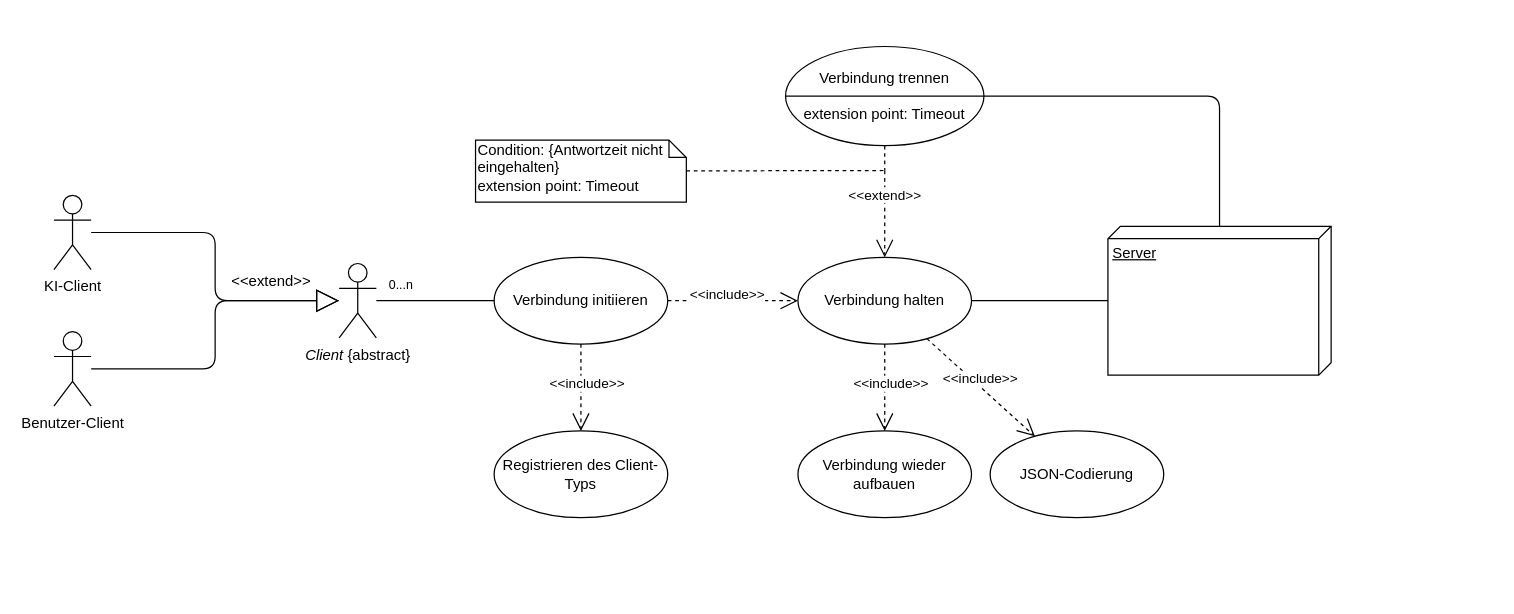
Earlier version of the draw.io diagram Meilenstein02/use_case_network.drawio (SoPra-Team-17/Meilensteine). Source tidied: cells renumbered, new cells numbered last; positions are measured from the earlier drawing's top-left corner, leaving out a move shared by most shapes. Both pictures are drawn from the tidied source at 124%, with x=0, y=0 at pixel (53, 46).
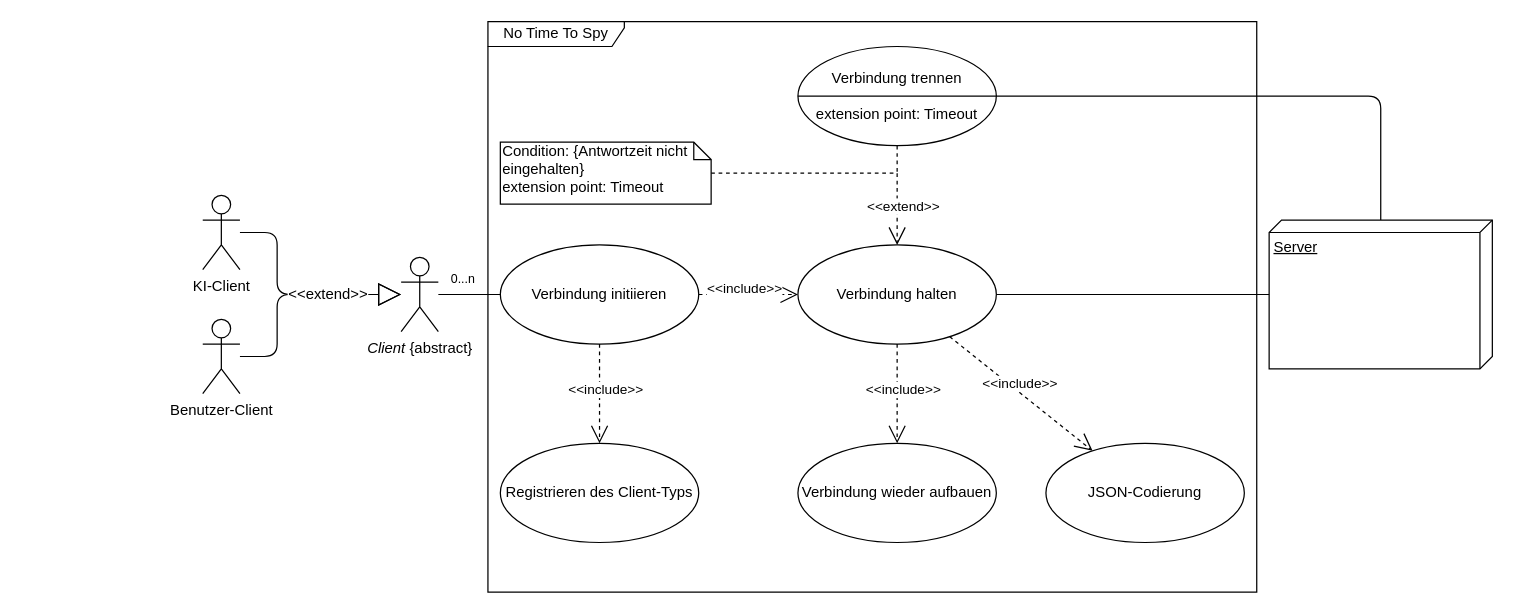
Above is the later version.

Commit message (it also covers changes not shown here):
Frame um die Anwendungsfälle hinzugefügt

Unchanged cells that the change refers to:
```xml
<mxCell id="28" style="ellipse;whiteSpace=wrap;html=1;" parent="1" vertex="1">
  <mxGeometry x="670" y="100" as="geometry" />
</mxCell>
```

Diff of the diagram source:
```diff
@@
+    <mxCell id="30" style="endArrow=block;endSize=16;endFill=0;html=1;edgeStyle=orthogonalEdgeStyle;" parent="1" edge="1" source="2" target="4">
+      <mxGeometry relative="1" as="geometry">
+        <Array as="points">
+          <mxPoint x="180" y="250" />
+          <mxPoint x="180" y="200" />
+        </Array>
+      </mxGeometry>
+    </mxCell>
+    <mxCell id="35" value="No Time To Spy" style="shape=umlFrame;whiteSpace=wrap;html=1;width=110;height=20;" parent="1" vertex="1">
+      <mxGeometry x="350" y="-20" width="620" height="460" as="geometry" />
+    </mxCell>
     <mxCell id="2" value="Benutzer-Client" style="shape=umlActor;verticalLabelPosition=bottom;labelBackgroundColor=#ffffff;verticalAlign=top;html=1;outlineConnect=0;" parent="1" vertex="1">
-      <mxGeometry y="230" width="30" height="60" as="geometry" />
+      <mxGeometry x="120" y="220" width="30" height="60" as="geometry" />
     </mxCell>
     <mxCell id="3" value="KI-Client" style="shape=umlActor;verticalLabelPosition=bottom;labelBackgroundColor=#ffffff;verticalAlign=top;html=1;outlineConnect=0;" parent="1" vertex="1">
-      <mxGeometry y="120" width="30" height="60" as="geometry" />
+      <mxGeometry x="120" y="120" width="30" height="60" as="geometry" />
     </mxCell>
     <mxCell id="4" value="&lt;i&gt;Client&lt;/i&gt; {abstract}" style="shape=umlActor;verticalLabelPosition=bottom;labelBackgroundColor=#ffffff;verticalAlign=top;html=1;outlineConnect=0;" parent="1" vertex="1">
-      <mxGeometry x="230" y="175" width="30" height="60" as="geometry" />
+      <mxGeometry x="280" y="170" width="30" height="60" as="geometry" />
     </mxCell>
     <mxCell id="5" style="endArrow=block;endSize=16;endFill=0;html=1;edgeStyle=orthogonalEdgeStyle;" parent="1" edge="1" source="3" target="4">
-      <mxGeometry relative="1" as="geometry" />
+      <mxGeometry relative="1" as="geometry">
+        <Array as="points">
+          <mxPoint x="180" y="150" />
+          <mxPoint x="180" y="200" />
+        </Array>
+      </mxGeometry>
     </mxCell>
+    <mxCell id="31" value="&amp;lt;&amp;lt;extend&amp;gt;&amp;gt;" style="text;html=1;align=center;verticalAlign=middle;labelBackgroundColor=#ffffff;" parent="5" vertex="1">
+      <mxGeometry x="-0.04" relative="1" as="geometry">
+        <mxPoint x="34" y="-0.1" as="offset" />
+      </mxGeometry>
+    </mxCell>
     <mxCell id="6" value="Server" style="verticalAlign=top;align=left;spacingTop=8;spacingLeft=2;spacingRight=12;shape=cube;size=10;direction=south;fontStyle=4;html=1;" parent="1" vertex="1">
-      <mxGeometry x="850" y="145" width="180" height="120" as="geometry" />
+      <mxGeometry x="980" y="140" width="180" height="120" as="geometry" />
     </mxCell>
     <mxCell id="7" value="Verbindung initiieren" style="ellipse;whiteSpace=wrap;html=1;" parent="1" vertex="1">
-      <mxGeometry x="355" y="170" width="140" height="70" as="geometry" />
+      <mxGeometry x="360" y="160" width="160" height="80" as="geometry" />
     </mxCell>
@@
     <mxCell id="11" value="Verbindung wieder aufbauen" style="ellipse;whiteSpace=wrap;html=1;" parent="1" vertex="1">
-      <mxGeometry x="600" y="310" width="140" height="70" as="geometry" />
+      <mxGeometry x="600" y="320" width="160" height="80" as="geometry" />
     </mxCell>
     <mxCell id="12" value="Verbindung halten" style="ellipse;whiteSpace=wrap;html=1;" parent="1" vertex="1">
-      <mxGeometry x="600" y="170" width="140" height="70" as="geometry" />
+      <mxGeometry x="600" y="160" width="160" height="80" as="geometry" />
     </mxCell>
@@
     <mxCell id="18" value="&lt;div&gt;Verbindung trennen&lt;/div&gt;&lt;div&gt;&lt;br&gt;&lt;/div&gt;&lt;div&gt;extension point: Timeout&lt;br&gt;&lt;/div&gt;" style="ellipse;whiteSpace=wrap;html=1;" parent="1" vertex="1">
-      <mxGeometry x="590" width="160" height="80" as="geometry" />
+      <mxGeometry x="600" width="160" height="80" as="geometry" />
     </mxCell>
@@
-    <mxCell id="20" value="&amp;lt;&amp;lt;extend&amp;gt;&amp;gt;" style="endArrow=open;endSize=12;dashed=1;html=1;" parent="1" edge="1" source="28" target="12">
-      <mxGeometry x="-0.43" relative="1" as="geometry" />
-    </mxCell>
-    <mxCell id="21" style="endArrow=none;dashed=1;html=1;" parent="1" edge="1" source="22" target="28">
+    <mxCell id="21" style="endArrow=none;dashed=1;html=1;" parent="1" edge="1" source="22" target="36">
       <mxGeometry relative="1" as="geometry" />
     </mxCell>
     <mxCell id="22" value="&lt;div&gt;Condition: {Antwortzeit nicht eingehalten}&lt;/div&gt;&lt;div&gt;extension point: Timeout&lt;br&gt;&lt;/div&gt;" style="shape=note;whiteSpace=wrap;html=1;size=14;verticalAlign=top;align=left;spacingTop=-6;" parent="1" vertex="1">
-      <mxGeometry x="340" y="75.5" width="170" height="50" as="geometry" />
+      <mxGeometry x="360" y="77.2" width="170" height="50" as="geometry" />
     </mxCell>
@@
-    <mxCell id="25" value="JSON-Codierung" style="ellipse;whiteSpace=wrap;html=1;" parent="1" vertex="1">
-      <mxGeometry x="755" y="310" width="140" height="70" as="geometry" />
+    <mxCell id="25" value="JSON-Codierung" style="ellipse;whiteSpace=wrap;html=1;perimeterSpacing=0;" parent="1" vertex="1">
+      <mxGeometry x="800" y="320" width="160" height="80" as="geometry" />
     </mxCell>
@@
-    <mxCell id="29" style="endArrow=none;endSize=12;dashed=1;html=1;endFill=0;" parent="1" edge="1" source="18" target="28">
-      <mxGeometry x="-0.08" y="5" relative="1" as="geometry" />
-    </mxCell>
-    <mxCell id="30" style="endArrow=block;endSize=16;endFill=0;html=1;edgeStyle=orthogonalEdgeStyle;" parent="1" edge="1" source="2" target="4">
-      <mxGeometry relative="1" as="geometry" />
-    </mxCell>
-    <mxCell id="31" value="&amp;lt;&amp;lt;extend&amp;gt;&amp;gt;" style="text;html=1;align=center;verticalAlign=middle;" parent="1" vertex="1">
-      <mxGeometry x="135" y="180" width="80" height="20" as="geometry" />
-    </mxCell>
-    <mxCell id="32" value="Registrieren des Client-Typs" style="ellipse;whiteSpace=wrap;html=1;" parent="1" vertex="1">
-      <mxGeometry x="355" y="310" width="140" height="70" as="geometry" />
+    <mxCell id="32" value="Registrieren des Client-Typs" style="ellipse;whiteSpace=wrap;html=1;strokeWidth=1;" parent="1" vertex="1">
+      <mxGeometry x="360" y="320" width="160" height="80" as="geometry" />
     </mxCell>
@@
+    <mxCell id="36" style="ellipse;whiteSpace=wrap;html=1;strokeWidth=1;" parent="1" vertex="1">
+      <mxGeometry x="680" y="102.2" as="geometry" />
+    </mxCell>
+    <mxCell id="37" style="endArrow=none;endSize=12;dashed=1;html=1;endFill=0;" parent="1" edge="1" source="18" target="36">
+      <mxGeometry x="-0.08" y="5" relative="1" as="geometry" />
+    </mxCell>
+    <mxCell id="20" value="&amp;lt;&amp;lt;extend&amp;gt;&amp;gt;" style="endArrow=open;endSize=12;dashed=1;html=1;" parent="1" edge="1" source="36" target="12">
+      <mxGeometry x="-0.08" y="5" relative="1" as="geometry" />
+    </mxCell>
```
